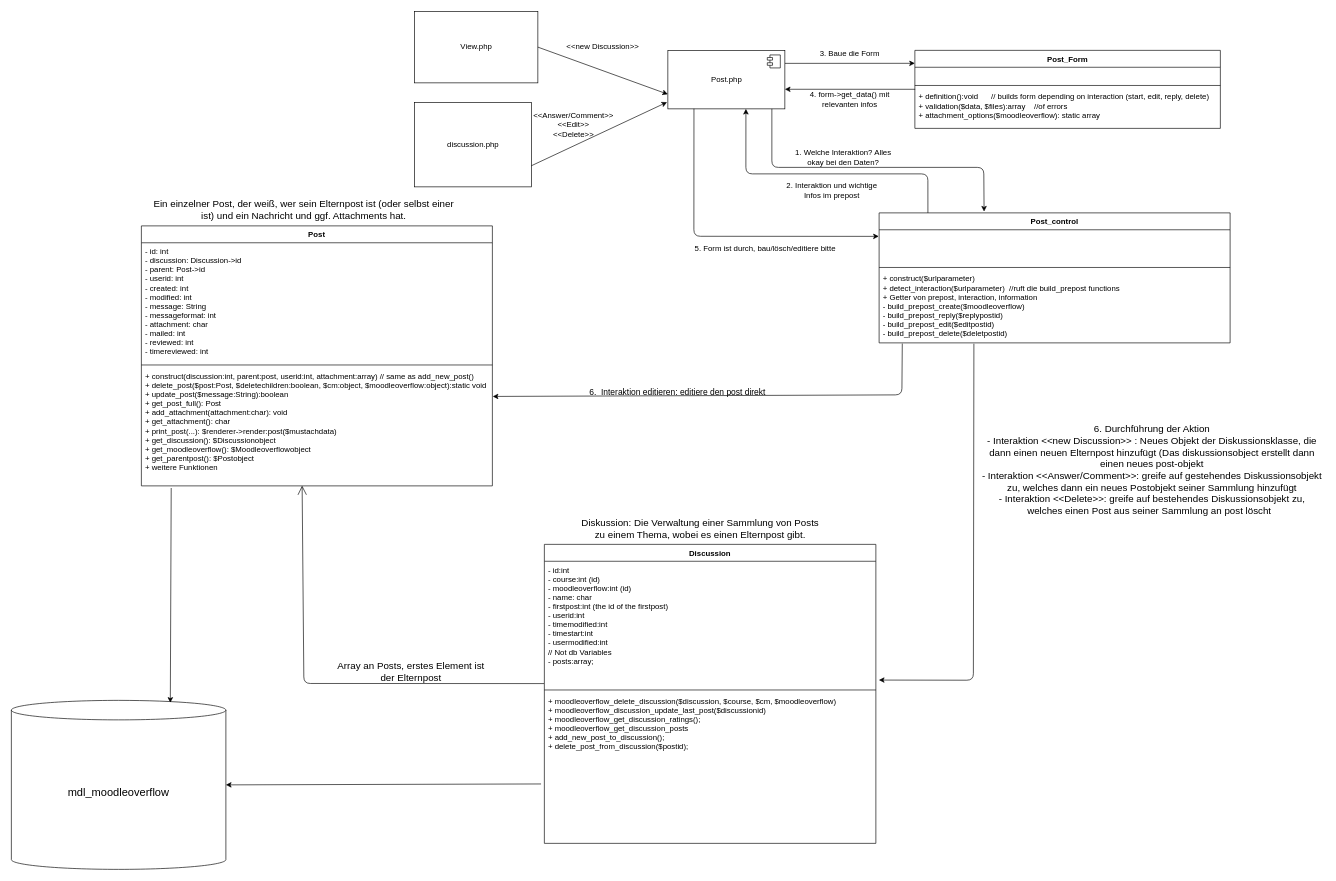
Above: classes/post/structure.drawio in learnweb/moodle-mod_moodleoverflow (draw.io), before the change. Source tidied: cells renumbered, new cells numbered last; positions are measured from the earlier drawing's top-left corner, leaving out a move shared by most shapes. Both pictures are drawn from the tidied source at 65%, with x=0, y=0 at pixel (11, 11).
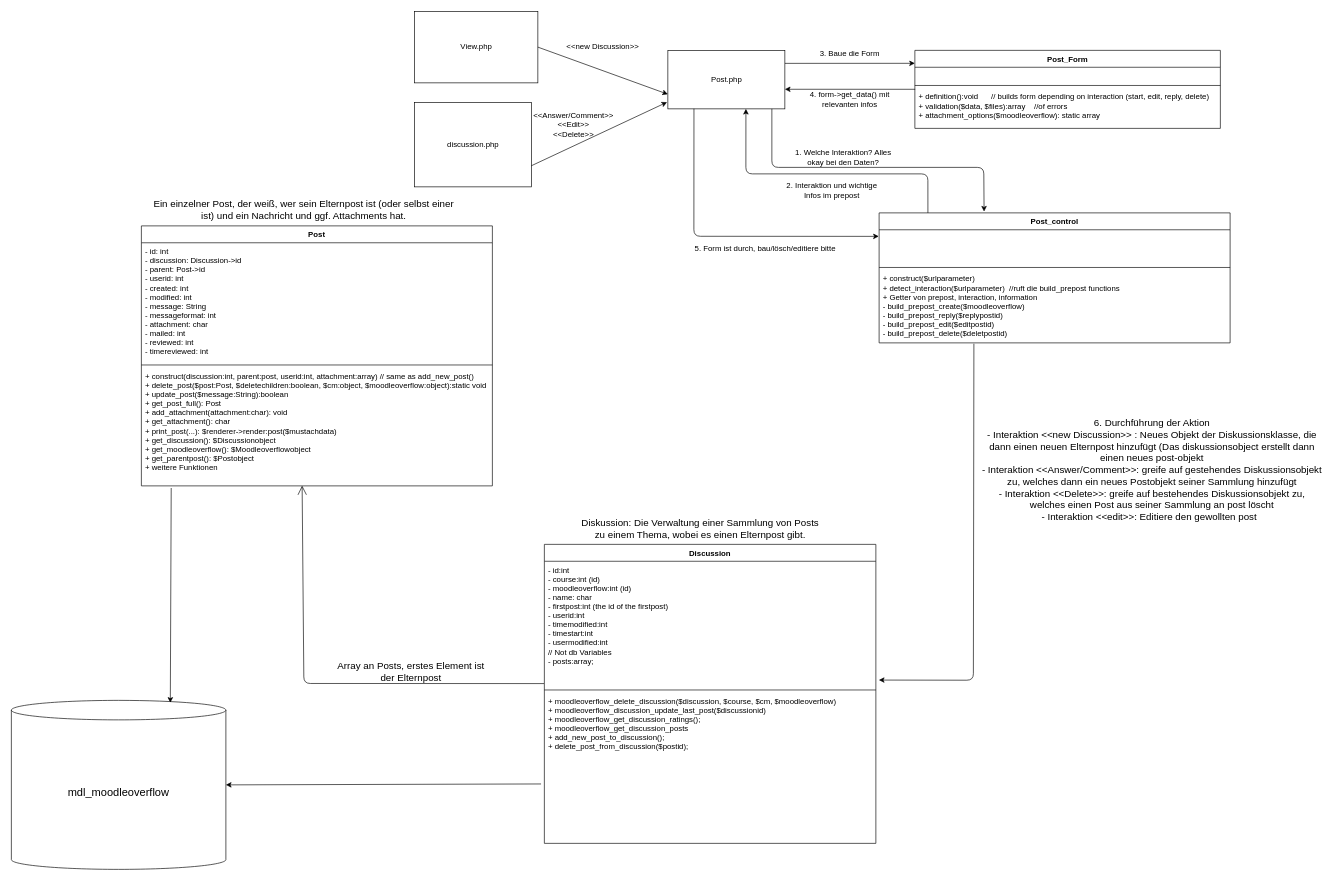
Above is the later version.

Commit message (it also covers changes not shown here):
WIP: new functions in discussion and post for editing posts

The change refers to these unchanged cells:
```xml
<mxCell id="5" value="+ construct(discussion:int, parent:post, userid:int, attachment:array) // same as add_new_post()&#10;+ delete_post($post:Post, $deletechildren:boolean, $cm:object, $moodleoverflow:object):static void&#10;+ update_post($message:String):boolean&#10;+ get_post_full(): Post&#10;+ add_attachment(attachment:char): void&#10;+ get_attachment(): char&#10;+ print_post(...): $renderer-&gt;render:post($mustachdata)&#10;+ get_discussion(): $Discussionobject&#10;+ get_moodleoverflow(): $Moodleoverflowobject&#10;+ get_parentpost(): $Postobject&#10;+ weitere Funktionen" style="text;strokeColor=none;fillColor=none;align=left;verticalAlign=top;spacingLeft=4;spacingRight=4;overflow=hidden;points=[[0,0.5],[1,0.5]];portConstraint=eastwest;" parent="2" vertex="1">
  <mxGeometry y="218" width="540" height="182" as="geometry" />
</mxCell>
<mxCell id="11" value="Post.php&lt;br&gt;" style="html=1;" parent="1" vertex="1">
  <mxGeometry x="1010" y="60" width="180" height="90" as="geometry" />
</mxCell>
<mxCell id="21" value="+ construct($urlparameter)&#10;+ detect_interaction($urlparameter)  //ruft die build_prepost functions&#10;+ Getter von prepost, interaction, information&#10;- build_prepost_create($moodleoverflow)&#10;- build_prepost_reply($replypostid)&#10;- build_prepost_edit($editpostid)&#10;- build_prepost_delete($deletpostid)" style="text;strokeColor=none;fillColor=none;align=left;verticalAlign=top;spacingLeft=4;spacingRight=4;overflow=hidden;points=[[0,0.5],[1,0.5]];portConstraint=eastwest;" parent="18" vertex="1">
  <mxGeometry y="88" width="540" height="112" as="geometry" />
</mxCell>
```

What changed in the source:
```diff
@@
-    <mxCell id="12" style="shape=module;jettyWidth=8;jettyHeight=4;" parent="11" vertex="1">
-      <mxGeometry x="1" width="20" height="20" relative="1" as="geometry">
-        <mxPoint x="-27" y="7" as="offset" />
-      </mxGeometry>
-    </mxCell>
@@
-    <mxCell id="26" style="endArrow=classic;html=1;fontSize=13;entryX=1.001;entryY=0.244;entryDx=0;entryDy=0;entryPerimeter=0;exitX=0.066;exitY=1.01;exitDx=0;exitDy=0;exitPerimeter=0;" parent="1" edge="1" source="21" target="5">
-      <mxGeometry relative="1" as="geometry">
-        <Array as="points">
-          <mxPoint x="1370" y="590" />
-        </Array>
-      </mxGeometry>
-    </mxCell>
-    <mxCell id="27" value="6.&amp;nbsp; Interaktion editieren: editiere den post direkt" style="text;html=1;strokeColor=none;fillColor=none;align=center;verticalAlign=middle;whiteSpace=wrap;rounded=0;fontSize=13;" parent="1" vertex="1">
-      <mxGeometry x="870" y="570" width="310" height="30" as="geometry" />
-    </mxCell>
@@
-    <mxCell id="42" value="6. Durchführung der Aktion&lt;br&gt;- Interaktion &amp;lt;&amp;lt;new Discussion&amp;gt;&amp;gt; : Neues Objekt der Diskussionsklasse, die dann einen neuen Elternpost hinzufügt (Das diskussionsobject erstellt dann einen neues post-objekt&lt;br&gt;- Interaktion &amp;lt;&amp;lt;Answer/Comment&amp;gt;&amp;gt;: greife auf gestehendes Diskussionsobjekt zu, welches dann ein neues Postobjekt seiner Sammlung hinzufügt&lt;br&gt;- Interaktion &amp;lt;&amp;lt;Delete&amp;gt;&amp;gt;: greife auf bestehendes Diskussionsobjekt zu, welches einen Post aus seiner Sammlung an post löscht&amp;nbsp;&amp;nbsp;" style="text;html=1;strokeColor=none;fillColor=none;align=center;verticalAlign=middle;whiteSpace=wrap;rounded=0;fontSize=15;" parent="1" vertex="1">
+    <mxCell id="42" value="6. Durchführung der Aktion&lt;br&gt;- Interaktion &amp;lt;&amp;lt;new Discussion&amp;gt;&amp;gt; : Neues Objekt der Diskussionsklasse, die dann einen neuen Elternpost hinzufügt (Das diskussionsobject erstellt dann einen neues post-objekt&lt;br&gt;- Interaktion &amp;lt;&amp;lt;Answer/Comment&amp;gt;&amp;gt;: greife auf gestehendes Diskussionsobjekt zu, welches dann ein neues Postobjekt seiner Sammlung hinzufügt&lt;br&gt;- Interaktion &amp;lt;&amp;lt;Delete&amp;gt;&amp;gt;: greife auf bestehendes Diskussionsobjekt zu, welches einen Post aus seiner Sammlung an post löscht&lt;br&gt;- Interaktion &amp;lt;&amp;lt;edit&amp;gt;&amp;gt;: Editiere den gewollten post&amp;nbsp;&amp;nbsp;" style="text;html=1;strokeColor=none;fillColor=none;align=center;verticalAlign=middle;whiteSpace=wrap;rounded=0;fontSize=15;" parent="1" vertex="1">
       <mxGeometry x="1490" y="540" width="530" height="330" as="geometry" />
     </mxCell>
```
